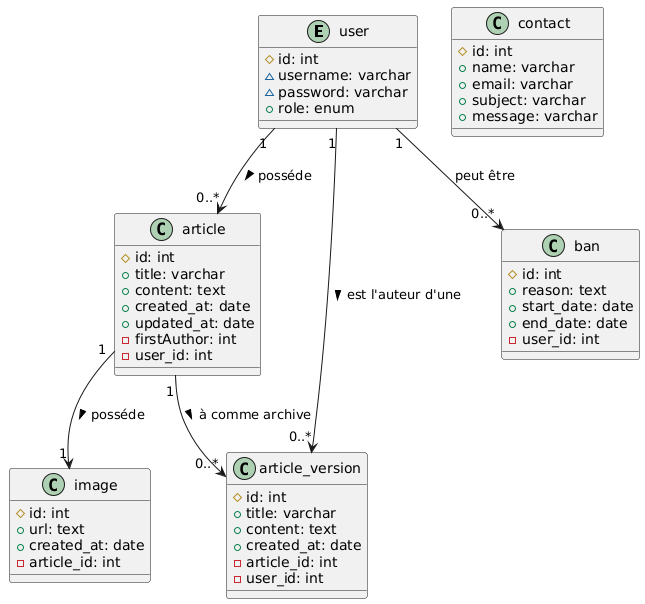
Earlier version of the PlantUML export documentation/Diagramme/SIOP1_DiagrammeClasse.png (TolMen/SIOP1_Wiki).
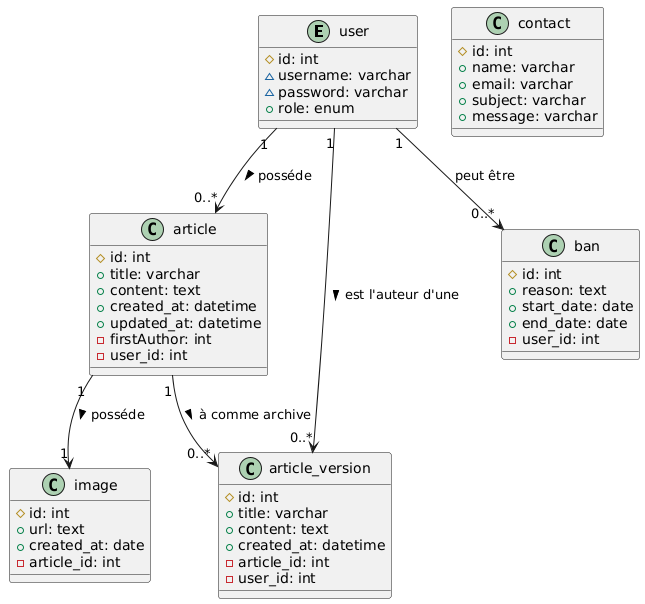
The same file after the commit.

Commit message:
Mise à jour du schéma et UML de la BDD

What changed in the source:
```diff
@@ -10,8 +10,8 @@
 #id: int
 +title: varchar
 +content: text
-+created_at: date
-+updated_at: date
++created_at: datetime
++updated_at: datetime
 -firstAuthor: int
 -user_id: int
 }
@@ -20,7 +20,7 @@
 #id: int
 +title: varchar
 +content: text
-+created_at: date
++created_at: datetime
 -article_id: int
 -user_id: int
 }
```
